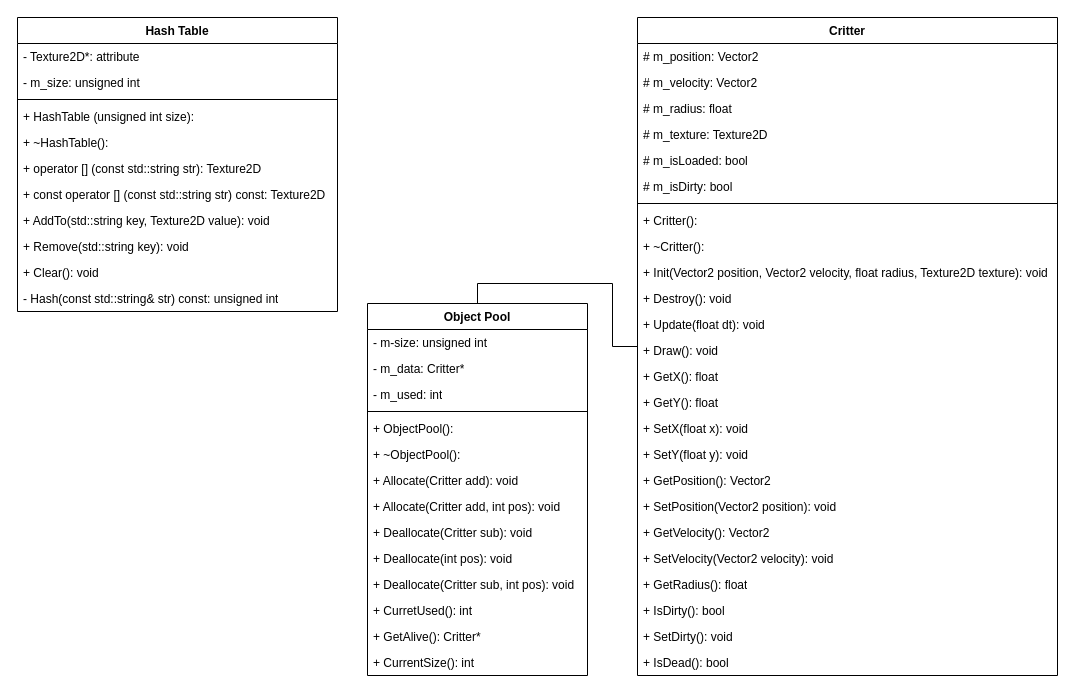
Elias-s231135/Robert-2 keeps this draw.io diagram as Code Design and Data Structures/class diagram.drawio. Above is the earlier version. Source tidied: cells renumbered, new cells numbered last; positions are measured from the earlier drawing's top-left corner, leaving out a move shared by most shapes. Both pictures are drawn from the tidied source at 100%, with x=0, y=0 at pixel (17, 17).
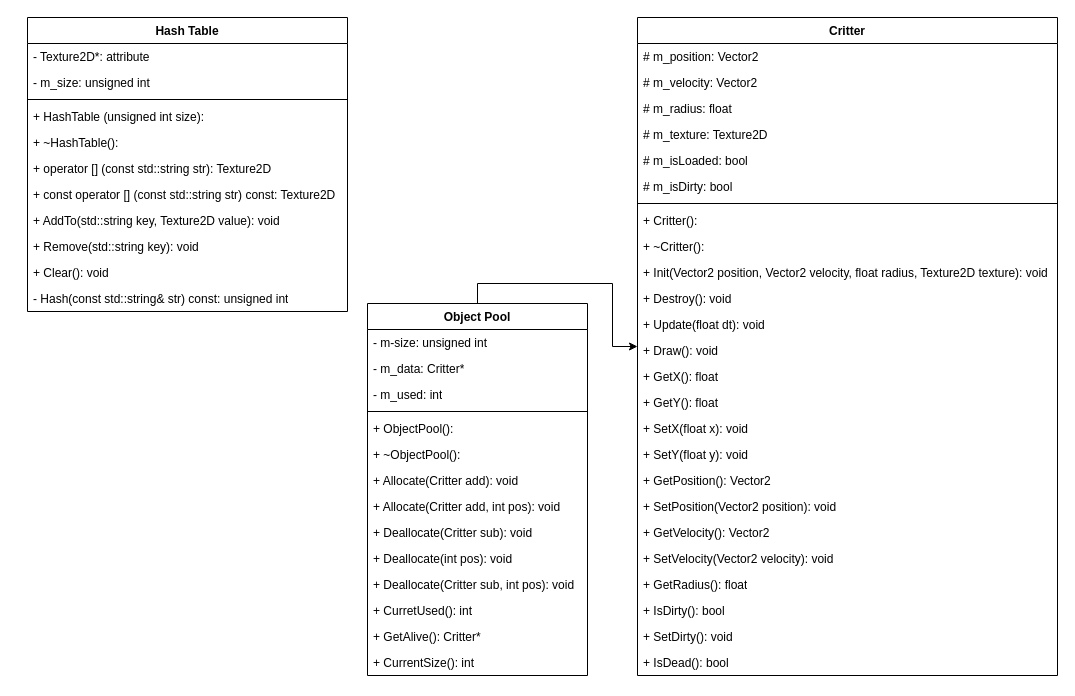
Above is the later version.

Unchanged cells that the change refers to:
```xml
<mxCell id="3" value="Object Pool" style="swimlane;fontStyle=1;align=center;verticalAlign=top;horizontal=1;startSize=26;whiteSpace=wrap;html=1;" parent="1" vertex="1">
  <mxGeometry x="350" y="286" width="220" height="372" as="geometry" />
</mxCell>
<mxCell id="18" value="Critter" style="swimlane;fontStyle=1;align=center;verticalAlign=top;horizontal=1;startSize=26;whiteSpace=wrap;html=1;" parent="1" vertex="1">
  <mxGeometry x="620" width="420" height="658" as="geometry" />
</mxCell>
```

The edit, as a diff of the source:
```diff
@@
-    <mxCell id="2" style="rounded=0;jettySize=auto;html=1;exitX=0.5;exitY=0;exitDx=0;exitDy=0;edgeStyle=orthogonalEdgeStyle;elbow=vertical;endArrow=none;endFill=0;startArrow=none;startFill=0;" parent="1" edge="1" source="3" target="18">
+    <mxCell id="2" style="rounded=0;jettySize=auto;html=1;exitX=0.5;exitY=0;exitDx=0;exitDy=0;edgeStyle=orthogonalEdgeStyle;elbow=vertical;endArrow=classic;endFill=1;startArrow=none;startFill=0;" parent="1" edge="1" source="3" target="18">
       <mxGeometry relative="1" as="geometry" />
     </mxCell>
@@
     <mxCell id="44" value="Hash Table" style="swimlane;fontStyle=1;align=center;verticalAlign=top;horizontal=1;startSize=26;whiteSpace=wrap;html=1;" parent="1" vertex="1">
-      <mxGeometry width="320" height="294" as="geometry" />
+      <mxGeometry x="10" width="320" height="294" as="geometry" />
     </mxCell>
```
